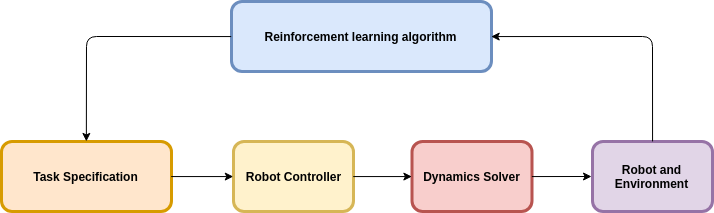
This is images/composition.png from abhishek098/project-proposal, a draw.io export, as it was before one commit. Source tidied: cells renumbered, new cells last; positions are measured from the earlier drawing's top-left corner, leaving out a move shared by most shapes. The source it was exported from:
```xml
<mxGraphModel>
  <root>
    <mxCell id="0" />
    <mxCell id="1" parent="0" />
    <mxCell id="2" value="Reinforcement learning algorithm" style="rounded=1;whiteSpace=wrap;html=1;fillColor=#dae8fc;strokeColor=#6c8ebf;strokeWidth=3;fontStyle=1;" parent="1" vertex="1">
      <mxGeometry x="230" width="260" height="70" as="geometry" />
    </mxCell>
    <mxCell id="3" value="Task Specification" style="rounded=1;whiteSpace=wrap;html=1;fillColor=#ffe6cc;strokeColor=#d79b00;strokeWidth=3;fontStyle=1;" parent="1" vertex="1">
      <mxGeometry y="140" width="170" height="70" as="geometry" />
    </mxCell>
    <mxCell id="4" value="Robot Controller" style="rounded=1;whiteSpace=wrap;html=1;fillColor=#fff2cc;strokeColor=#d6b656;strokeWidth=3;fontStyle=1;" parent="1" vertex="1">
      <mxGeometry x="232" y="140" width="120" height="70" as="geometry" />
    </mxCell>
    <mxCell id="5" value="Dynamics Solver" style="rounded=1;whiteSpace=wrap;html=1;fillColor=#f8cecc;strokeColor=#b85450;strokeWidth=3;fontStyle=1;" parent="1" vertex="1">
      <mxGeometry x="410.5" y="140" width="120" height="70" as="geometry" />
    </mxCell>
    <mxCell id="6" value="Robot and Environment" style="rounded=1;whiteSpace=wrap;html=1;fillColor=#e1d5e7;strokeColor=#9673a6;strokeWidth=3;fontStyle=1;" parent="1" vertex="1">
      <mxGeometry x="591" y="140" width="120" height="70" as="geometry" />
    </mxCell>
    <mxCell id="7" style="endArrow=classic;html=1;exitX=1;exitY=0.5;exitDx=0;exitDy=0;entryX=0;entryY=0.5;entryDx=0;entryDy=0;" parent="1" edge="1" source="3" target="4">
      <mxGeometry relative="1" as="geometry" />
    </mxCell>
    <mxCell id="8" style="endArrow=classic;html=1;exitX=1;exitY=0.5;exitDx=0;exitDy=0;entryX=0;entryY=0.5;entryDx=0;entryDy=0;" parent="1" edge="1" source="4" target="5">
      <mxGeometry relative="1" as="geometry" />
    </mxCell>
    <mxCell id="9" style="endArrow=classic;html=1;exitX=1;exitY=0.5;exitDx=0;exitDy=0;" parent="1" edge="1" source="5">
      <mxGeometry relative="1" as="geometry">
        <mxPoint x="590" y="175" as="targetPoint" />
      </mxGeometry>
    </mxCell>
    <mxCell id="10" style="endArrow=classic;html=1;exitX=0.5;exitY=0;exitDx=0;exitDy=0;entryX=1;entryY=0.5;entryDx=0;entryDy=0;" parent="1" edge="1" source="6" target="2">
      <mxGeometry relative="1" as="geometry">
        <Array as="points">
          <mxPoint x="651" y="35" />
        </Array>
      </mxGeometry>
    </mxCell>
    <mxCell id="11" style="endArrow=classic;html=1;exitX=0;exitY=0.5;exitDx=0;exitDy=0;entryX=0.5;entryY=0;entryDx=0;entryDy=0;" parent="1" edge="1" source="2" target="3">
      <mxGeometry relative="1" as="geometry">
        <Array as="points">
          <mxPoint x="85" y="35" />
        </Array>
      </mxGeometry>
    </mxCell>
  </root>
</mxGraphModel>
```
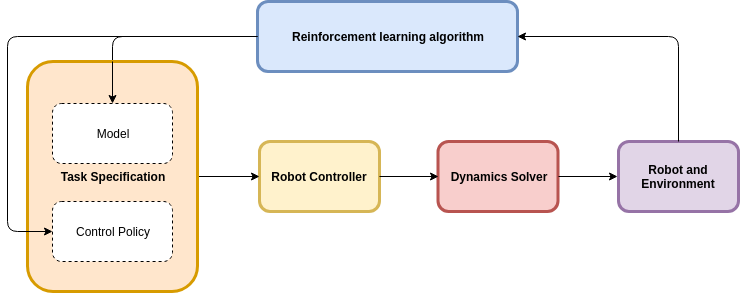
After the commit.

Diff of the diagram source:
```diff
@@ -5,9 +5,6 @@
     <mxCell id="2" value="Reinforcement learning algorithm" style="rounded=1;whiteSpace=wrap;html=1;fillColor=#dae8fc;strokeColor=#6c8ebf;strokeWidth=3;fontStyle=1;" parent="1" vertex="1">
       <mxGeometry x="230" width="260" height="70" as="geometry" />
     </mxCell>
-    <mxCell id="3" value="Task Specification" style="rounded=1;whiteSpace=wrap;html=1;fillColor=#ffe6cc;strokeColor=#d79b00;strokeWidth=3;fontStyle=1;" parent="1" vertex="1">
-      <mxGeometry y="140" width="170" height="70" as="geometry" />
-    </mxCell>
     <mxCell id="4" value="Robot Controller" style="rounded=1;whiteSpace=wrap;html=1;fillColor=#fff2cc;strokeColor=#d6b656;strokeWidth=3;fontStyle=1;" parent="1" vertex="1">
       <mxGeometry x="232" y="140" width="120" height="70" as="geometry" />
     </mxCell>
@@ -35,12 +32,35 @@
         </Array>
       </mxGeometry>
     </mxCell>
-    <mxCell id="11" style="endArrow=classic;html=1;exitX=0;exitY=0.5;exitDx=0;exitDy=0;entryX=0.5;entryY=0;entryDx=0;entryDy=0;" parent="1" edge="1" source="2" target="3">
+    <mxCell id="11" style="endArrow=classic;html=1;exitX=0;exitY=0.5;exitDx=0;exitDy=0;" parent="1" edge="1" source="2" target="14">
       <mxGeometry relative="1" as="geometry">
         <Array as="points">
           <mxPoint x="85" y="35" />
         </Array>
       </mxGeometry>
     </mxCell>
+    <mxCell id="12" style="group;" parent="1" vertex="1">
+      <mxGeometry y="60" width="170" height="230" as="geometry" />
+    </mxCell>
+    <mxCell id="3" value="&lt;div style=&quot;text-align: justify&quot;&gt;&lt;span&gt;&lt;font style=&quot;font-size: 12px&quot;&gt;Task Specification&lt;/font&gt;&lt;/span&gt;&lt;/div&gt;" style="rounded=1;whiteSpace=wrap;html=1;fillColor=#ffe6cc;strokeColor=#d79b00;strokeWidth=3;fontStyle=1;" parent="12" vertex="1">
+      <mxGeometry width="170" height="230" as="geometry" />
+    </mxCell>
+    <mxCell id="13" value="Control Policy" style="rounded=1;whiteSpace=wrap;html=1;dashed=1;" parent="12" vertex="1">
+      <mxGeometry x="25" y="140" width="120" height="60" as="geometry" />
+    </mxCell>
+    <mxCell id="14" value="Model" style="rounded=1;whiteSpace=wrap;html=1;dashed=1;" parent="12" vertex="1">
+      <mxGeometry x="25" y="42" width="120" height="60" as="geometry" />
+    </mxCell>
+    <mxCell id="15" style="edgeStyle=orthogonalEdgeStyle;rounded=0;jettySize=auto;html=1;exitX=0.5;exitY=0;exitDx=0;exitDy=0;entryX=0.5;entryY=0;entryDx=0;entryDy=0;" parent="12" edge="1" source="3" target="14">
+      <mxGeometry relative="1" as="geometry" />
+    </mxCell>
+    <mxCell id="16" style="edgeStyle=orthogonalEdgeStyle;rounded=1;jettySize=auto;html=1;exitX=0;exitY=0.5;exitDx=0;exitDy=0;entryX=0;entryY=0.5;entryDx=0;entryDy=0;" parent="1" edge="1" source="2" target="13">
+      <mxGeometry relative="1" as="geometry">
+        <Array as="points">
+          <mxPoint x="-20" y="35" />
+          <mxPoint x="-20" y="230" />
+        </Array>
+      </mxGeometry>
+    </mxCell>
   </root>
 </mxGraphModel>
```
